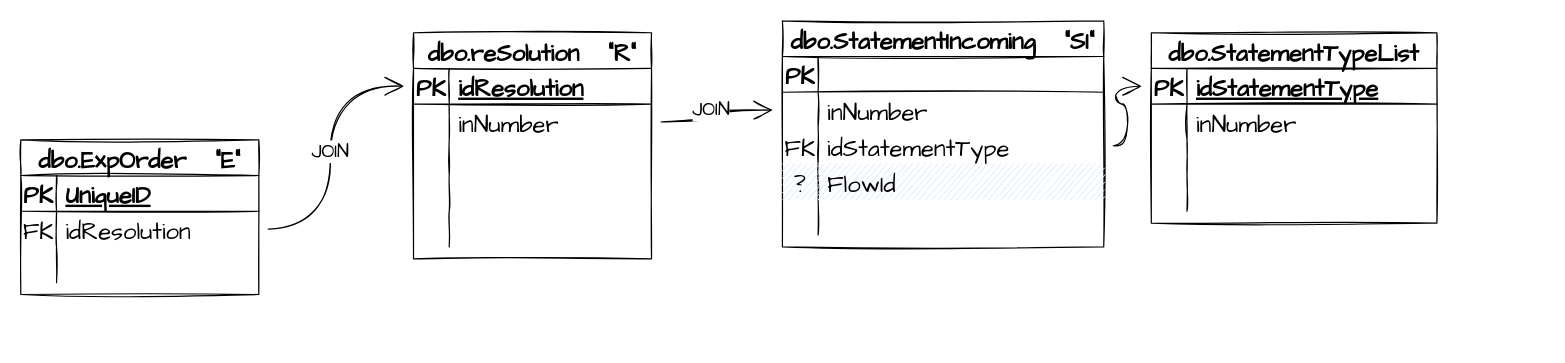
Earlier version of the draw.io diagram SQL/GRLS/dbo/StoredProc/GetRpTaskBMCP.sql/GetRpTaskBMCP.drawio (davyd0ff/so-line-grls). Source tidied: cells renumbered, new cells numbered last; positions are measured from the earlier drawing's top-left corner, leaving out a move shared by most shapes. Both pictures are drawn from the tidied source at 119%, with x=0, y=0 at pixel (20, 20).
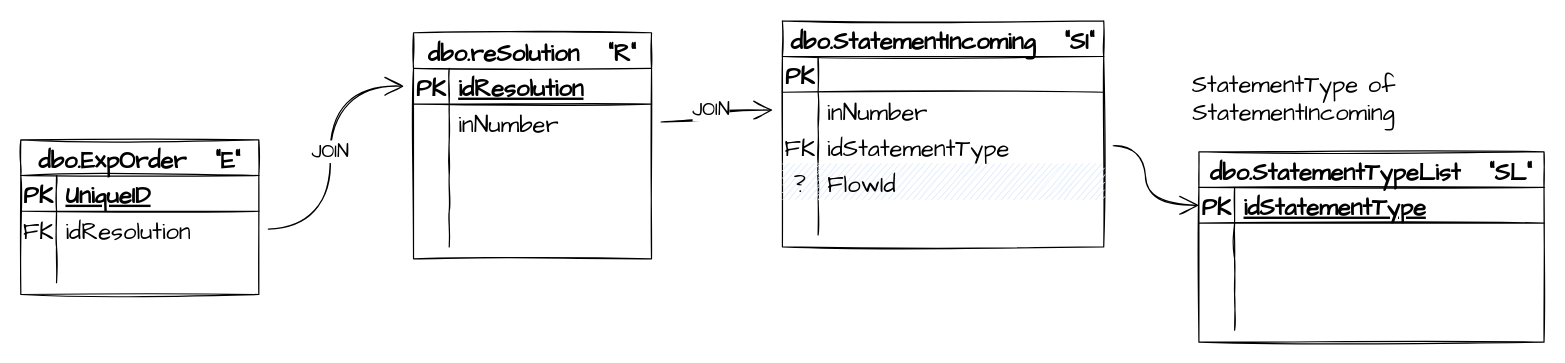
The same diagram, later.

Unchanged cells that the change refers to:
```xml
<mxCell id="36" style="shape=tableRow;horizontal=0;startSize=0;swimlaneHead=0;swimlaneBody=0;fillColor=none;points=[[0,0.5],[1,0.5]];portConstraint=eastwest;top=0;left=0;right=0;bottom=0;sketch=1;hachureGap=4;fontFamily=Architects Daughter;fontSize=20;" parent="29" vertex="1">
  <mxGeometry y="90" width="270" height="30" as="geometry" />
</mxCell>
```

The edit, as a diff of the source:
```diff
@@
-    <mxCell id="46" value="dbo.StatementTypeList" style="shape=table;startSize=30;childLayout=tableLayout;rowLines=0;fontStyle=1;align=center;sketch=1;hachureGap=4;fontFamily=Architects Daughter;fontSize=20;" parent="1" vertex="1">
-      <mxGeometry x="950" y="10" width="240" height="160" as="geometry" />
+    <mxCell id="46" value="dbo.StatementTypeList   &quot;SL&quot;" style="shape=table;startSize=30;childLayout=tableLayout;rowLines=0;fontStyle=1;align=center;sketch=1;hachureGap=4;fontFamily=Architects Daughter;fontSize=20;" parent="1" vertex="1">
+      <mxGeometry x="990" y="110" width="290" height="160" as="geometry" />
     </mxCell>
     <mxCell id="47" style="shape=tableRow;horizontal=0;startSize=0;swimlaneHead=0;swimlaneBody=0;fillColor=none;points=[[0,0.5],[1,0.5]];portConstraint=eastwest;top=0;left=0;right=0;bottom=1;sketch=1;hachureGap=4;fontFamily=Architects Daughter;fontSize=20;" parent="46" vertex="1">
-      <mxGeometry y="30" width="240" height="30" as="geometry" />
+      <mxGeometry y="30" width="290" height="30" as="geometry" />
     </mxCell>
@@
     <mxCell id="49" value="idStatementType" style="shape=partialRectangle;fillColor=none;top=0;left=0;bottom=0;right=0;align=left;spacingLeft=6;fontStyle=5;overflow=hidden;sketch=1;hachureGap=4;fontFamily=Architects Daughter;fontSize=20;" parent="47" vertex="1">
-      <mxGeometry x="30" width="210" height="30" as="geometry" />
+      <mxGeometry x="30" width="260" height="30" as="geometry" />
     </mxCell>
     <mxCell id="50" style="shape=tableRow;horizontal=0;startSize=0;swimlaneHead=0;swimlaneBody=0;fillColor=none;top=0;left=0;right=0;bottom=0;sketch=1;hachureGap=4;fontFamily=Architects Daughter;fontSize=20;" parent="46" vertex="1">
-      <mxGeometry y="60" width="240" height="30" as="geometry" />
+      <mxGeometry y="60" width="290" height="30" as="geometry" />
     </mxCell>
@@
-    <mxCell id="52" value="inNumber" style="shape=partialRectangle;fillColor=none;top=0;left=0;bottom=0;right=0;align=left;spacingLeft=6;overflow=hidden;sketch=1;hachureGap=4;fontFamily=Architects Daughter;fontSize=20;" parent="50" vertex="1">
-      <mxGeometry x="30" width="210" height="30" as="geometry" />
+    <mxCell id="52" style="shape=partialRectangle;fillColor=none;top=0;left=0;bottom=0;right=0;align=left;spacingLeft=6;overflow=hidden;sketch=1;hachureGap=4;fontFamily=Architects Daughter;fontSize=20;" parent="50" vertex="1">
+      <mxGeometry x="30" width="260" height="30" as="geometry" />
     </mxCell>
     <mxCell id="53" style="shape=tableRow;horizontal=0;startSize=0;swimlaneHead=0;swimlaneBody=0;fillColor=none;top=0;left=0;right=0;bottom=0;sketch=1;hachureGap=4;fontFamily=Architects Daughter;fontSize=20;" parent="46" vertex="1">
-      <mxGeometry y="90" width="240" height="30" as="geometry" />
+      <mxGeometry y="90" width="290" height="30" as="geometry" />
     </mxCell>
@@
     <mxCell id="55" value="  " style="shape=partialRectangle;fillColor=none;top=0;left=0;bottom=0;right=0;align=left;spacingLeft=6;overflow=hidden;sketch=1;hachureGap=4;fontFamily=Architects Daughter;fontSize=20;" parent="53" vertex="1">
-      <mxGeometry x="30" width="210" height="30" as="geometry" />
+      <mxGeometry x="30" width="260" height="30" as="geometry" />
     </mxCell>
     <mxCell id="56" style="shape=tableRow;horizontal=0;startSize=0;swimlaneHead=0;swimlaneBody=0;fillColor=none;top=0;left=0;right=0;bottom=0;sketch=1;hachureGap=4;fontFamily=Architects Daughter;fontSize=20;" parent="46" vertex="1">
-      <mxGeometry y="120" width="240" height="30" as="geometry" />
+      <mxGeometry y="120" width="290" height="30" as="geometry" />
     </mxCell>
@@
     <mxCell id="58" value="   " style="shape=partialRectangle;fillColor=none;top=0;left=0;bottom=0;right=0;align=left;spacingLeft=6;overflow=hidden;sketch=1;hachureGap=4;fontFamily=Architects Daughter;fontSize=20;" parent="56" vertex="1">
-      <mxGeometry x="30" width="210" height="30" as="geometry" />
+      <mxGeometry x="30" width="260" height="30" as="geometry" />
     </mxCell>
-    <mxCell id="59" style="edgeStyle=orthogonalEdgeStyle;curved=1;rounded=0;sketch=1;hachureGap=4;jettySize=auto;html=1;fontFamily=Architects Daughter;fontSize=16;endArrow=open;startSize=14;endSize=14;sourcePerimeterSpacing=8;targetPerimeterSpacing=8;" parent="1" edge="1" source="36" target="47">
+    <mxCell id="59" style="edgeStyle=orthogonalEdgeStyle;curved=1;rounded=0;sketch=1;hachureGap=4;jettySize=auto;html=1;fontFamily=Architects Daughter;fontSize=16;endArrow=open;startSize=14;endSize=14;sourcePerimeterSpacing=8;targetPerimeterSpacing=8;entryX=0;entryY=0.5;entryDx=0;entryDy=0;" parent="1" edge="1" source="36" target="47">
       <mxGeometry relative="1" as="geometry" />
     </mxCell>
+    <mxCell id="60" value="StatementType of StatementIncoming" style="text;html=1;strokeColor=none;fillColor=none;align=center;verticalAlign=middle;whiteSpace=wrap;rounded=0;sketch=1;hachureGap=4;fontFamily=Architects Daughter;fontSize=20;" parent="1" vertex="1">
+      <mxGeometry x="980" y="50" width="180" height="30" as="geometry" />
+    </mxCell>
```
